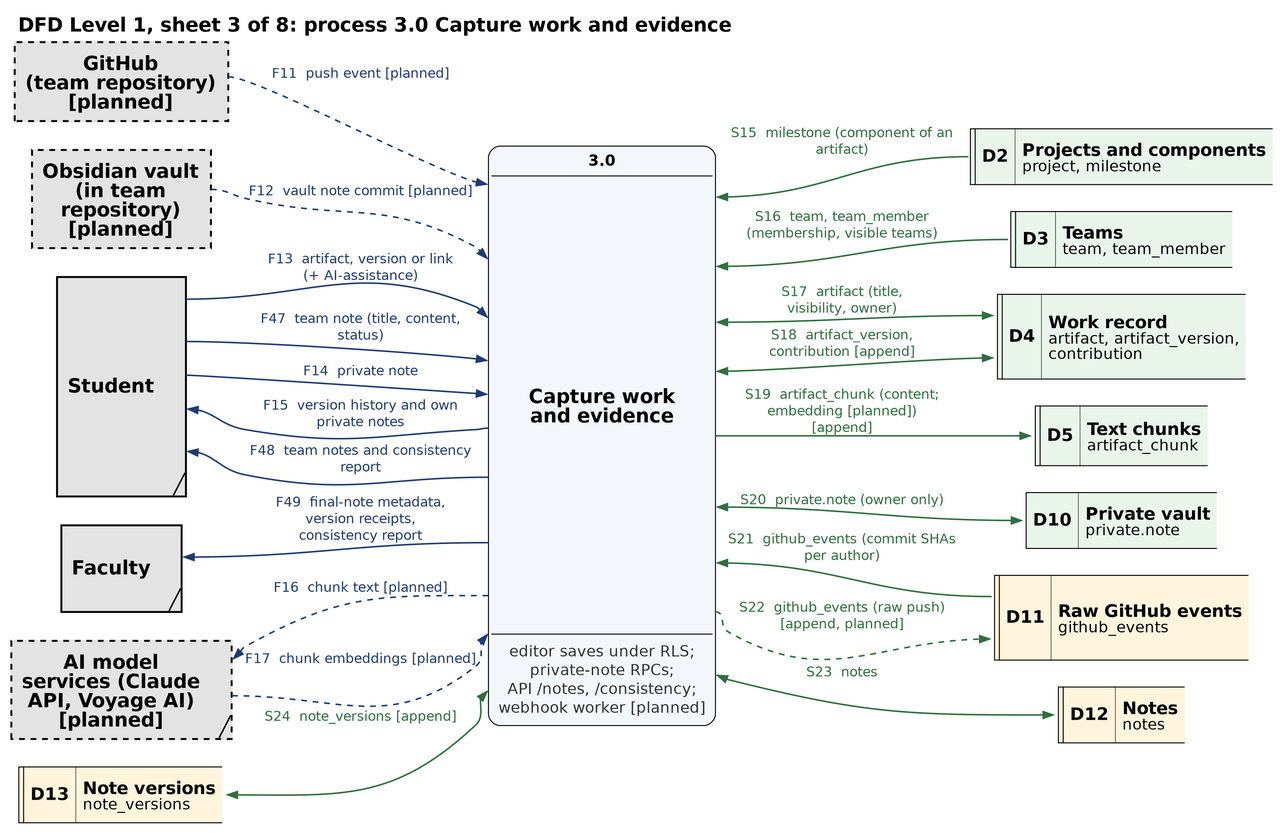
This is docs/lab/dfd/png/dfd_level1_sheet3.png from Arun-Sanjay/countersign-dbms, a Graphviz export, as it was before one commit. Its source is kept beside it as docs/lab/dfd/dot/dfd_level1_sheet3.dot.
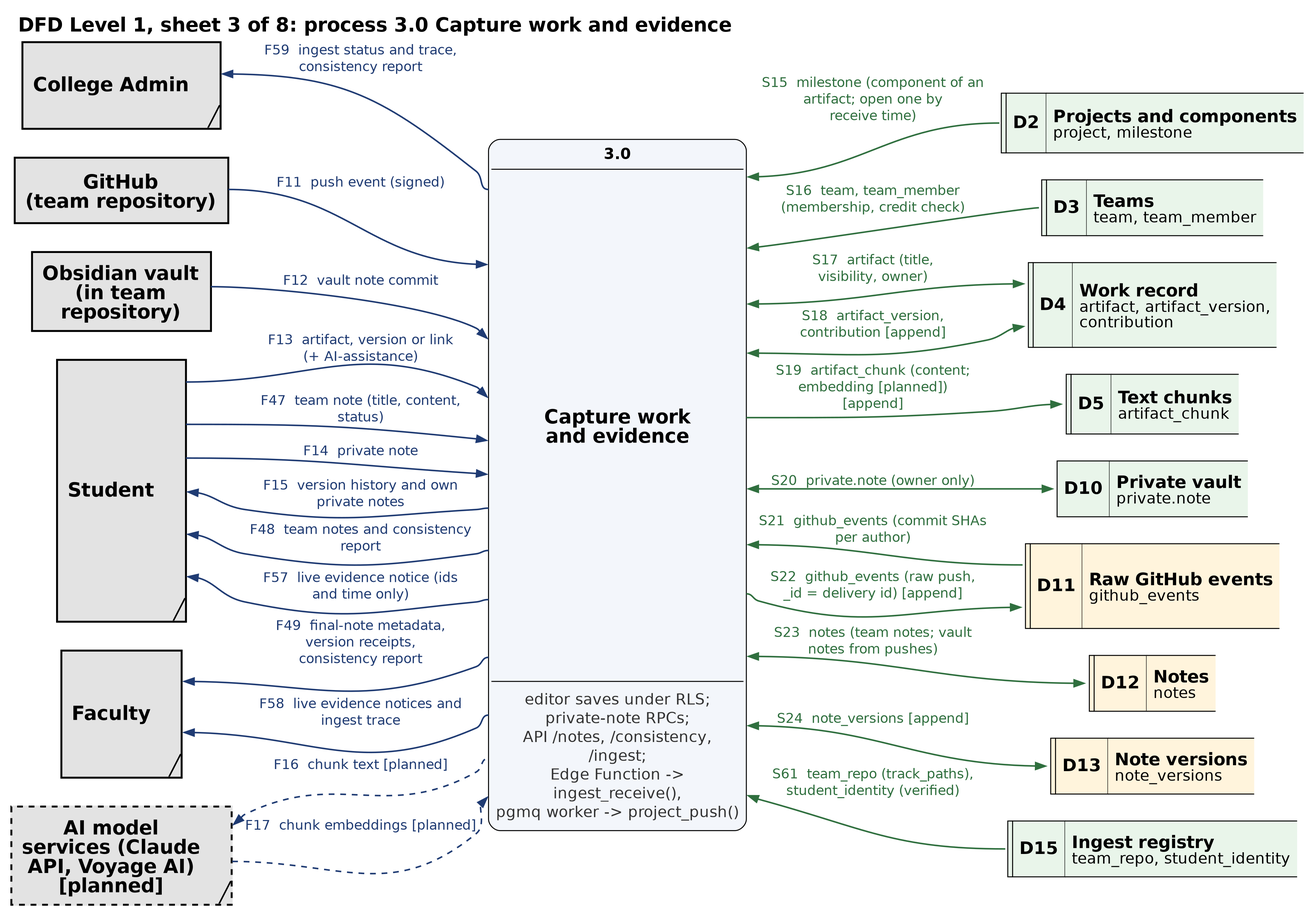
After the change.

What changed in the source:
```diff
@@ -4,43 +4,49 @@
          label=<<b>DFD Level 1, sheet 3 of 8: process 3.0 Capture work and evidence</b>>];
   node  [fontname="Helvetica", fontsize=16];
   edge  [fontname="Helvetica", fontsize=14, arrowsize=1.0];
-  "GH@3.0" [shape=plain, label=<<table border="2" cellborder="0" cellspacing="0" cellpadding="0" bgcolor="#e3e3e3" style="dashed"><tr><td rowspan="2" cellpadding="10"><font point-size="20"><b>GitHub</b><br/><b>(team repository)</b><br/><b>[planned]</b></font></td><td port="p0" height="64" width="2"></td></tr><tr><td height="2" width="2"></td></tr></table>>];
-  "OBS@3.0" [shape=plain, label=<<table border="2" cellborder="0" cellspacing="0" cellpadding="0" bgcolor="#e3e3e3" style="dashed"><tr><td rowspan="2" cellpadding="10"><font point-size="20"><b>Obsidian vault</b><br/><b>(in team</b><br/><b>repository)</b><br/><b>[planned]</b></font></td><td port="p0" height="64" width="2"></td></tr><tr><td height="2" width="2"></td></tr></table>>];
-  "STU@3.0" [shape=plain, label=<<table border="2" cellborder="0" cellspacing="0" cellpadding="0" bgcolor="#e3e3e3"><tr><td rowspan="6" cellpadding="10"><font point-size="20"><b>Student</b></font></td><td port="p0" height="44" width="2"></td></tr><tr><td port="p1" height="44" width="2"></td></tr><tr><td port="p2" height="26" width="2"></td></tr><tr><td port="p3" height="44" width="2"></td></tr><tr><td port="p4" height="44" width="2"></td></tr><tr><td height="22" width="22" align="right" valign="bottom" cellpadding="0"><font point-size="20">&#x2571;</font></td></tr></table>>];
-  "FAC@3.0" [shape=plain, label=<<table border="2" cellborder="0" cellspacing="0" cellpadding="0" bgcolor="#e3e3e3"><tr><td rowspan="2" cellpadding="10"><font point-size="20"><b>Faculty</b></font></td><td port="p0" height="64" width="2"></td></tr><tr><td height="22" width="22" align="right" valign="bottom" cellpadding="0"><font point-size="20">&#x2571;</font></td></tr></table>>];
+  "ADM@3.0" [shape=plain, label=<<table border="2" cellborder="0" cellspacing="0" cellpadding="0" bgcolor="#e3e3e3"><tr><td rowspan="2" cellpadding="10"><font point-size="20"><b>College Admin</b></font></td><td port="p0" height="64" width="2"></td></tr><tr><td height="22" width="22" align="right" valign="bottom" cellpadding="0"><font point-size="20">&#x2571;</font></td></tr></table>>];
+  "GH@3.0" [shape=plain, label=<<table border="2" cellborder="0" cellspacing="0" cellpadding="0" bgcolor="#e3e3e3"><tr><td rowspan="2" cellpadding="10"><font point-size="20"><b>GitHub</b><br/><b>(team repository)</b></font></td><td port="p0" height="64" width="2"></td></tr><tr><td height="2" width="2"></td></tr></table>>];
+  "OBS@3.0" [shape=plain, label=<<table border="2" cellborder="0" cellspacing="0" cellpadding="0" bgcolor="#e3e3e3"><tr><td rowspan="2" cellpadding="10"><font point-size="20"><b>Obsidian vault</b><br/><b>(in team</b><br/><b>repository)</b></font></td><td port="p0" height="64" width="2"></td></tr><tr><td height="2" width="2"></td></tr></table>>];
+  "STU@3.0" [shape=plain, label=<<table border="2" cellborder="0" cellspacing="0" cellpadding="0" bgcolor="#e3e3e3"><tr><td rowspan="7" cellpadding="10"><font point-size="20"><b>Student</b></font></td><td port="p0" height="44" width="2"></td></tr><tr><td port="p1" height="44" width="2"></td></tr><tr><td port="p2" height="26" width="2"></td></tr><tr><td port="p3" height="44" width="2"></td></tr><tr><td port="p4" height="44" width="2"></td></tr><tr><td port="p5" height="44" width="2"></td></tr><tr><td height="22" width="22" align="right" valign="bottom" cellpadding="0"><font point-size="20">&#x2571;</font></td></tr></table>>];
+  "FAC@3.0" [shape=plain, label=<<table border="2" cellborder="0" cellspacing="0" cellpadding="0" bgcolor="#e3e3e3"><tr><td rowspan="3" cellpadding="10"><font point-size="20"><b>Faculty</b></font></td><td port="p0" height="62" width="2"></td></tr><tr><td port="p1" height="44" width="2"></td></tr><tr><td height="22" width="22" align="right" valign="bottom" cellpadding="0"><font point-size="20">&#x2571;</font></td></tr></table>>];
   "AI@3.0" [shape=plain, label=<<table border="2" cellborder="0" cellspacing="0" cellpadding="0" bgcolor="#e3e3e3" style="dashed"><tr><td rowspan="3" cellpadding="10"><font point-size="20"><b>AI model</b><br/><b>services (Claude</b><br/><b>API, Voyage AI)</b><br/><b>[planned]</b></font></td><td port="p0" height="32" width="2"></td></tr><tr><td port="p1" height="32" width="2"></td></tr><tr><td height="22" width="22" align="right" valign="bottom" cellpadding="0"><font point-size="20">&#x2571;</font></td></tr></table>>];
-  "D13@3.0" [shape=plain, label=<<table border="0" cellborder="0" cellspacing="0" cellpadding="0"><tr><td rowspan="1" sides="ltb" border="1" width="5" bgcolor="#fff4dc"></td><td rowspan="1" sides="ltbr" border="1" bgcolor="#fff4dc" cellpadding="6"><font point-size="18"><b>D13</b></font></td><td rowspan="1" sides="tb" border="1" align="left" balign="left" bgcolor="#fff4dc" cellpadding="6"><font point-size="18"><b>Note versions</b></font><br/><font point-size="16">note_versions</font></td><td port="p0" height="58" width="2"></td></tr></table>>];
-  "D2@3.0" [shape=plain, label=<<table border="0" cellborder="0" cellspacing="0" cellpadding="0"><tr><td port="p0" height="58" width="2"></td><td rowspan="1" sides="ltb" border="1" width="5" bgcolor="#e9f5ea"></td><td rowspan="1" sides="ltbr" border="1" bgcolor="#e9f5ea" cellpadding="6"><font point-size="18"><b>D2</b></font></td><td rowspan="1" sides="tb" border="1" align="left" balign="left" bgcolor="#e9f5ea" cellpadding="6"><font point-size="18"><b>Projects and components</b></font><br/><font point-size="16">project, milestone</font></td></tr></table>>];
+  "D2@3.0" [shape=plain, label=<<table border="0" cellborder="0" cellspacing="0" cellpadding="0"><tr><td port="p0" height="62" width="2"></td><td rowspan="1" sides="ltb" border="1" width="5" bgcolor="#e9f5ea"></td><td rowspan="1" sides="ltbr" border="1" bgcolor="#e9f5ea" cellpadding="6"><font point-size="18"><b>D2</b></font></td><td rowspan="1" sides="tb" border="1" align="left" balign="left" bgcolor="#e9f5ea" cellpadding="6"><font point-size="18"><b>Projects and components</b></font><br/><font point-size="16">project, milestone</font></td></tr></table>>];
   "D3@3.0" [shape=plain, label=<<table border="0" cellborder="0" cellspacing="0" cellpadding="0"><tr><td port="p0" height="58" width="2"></td><td rowspan="1" sides="ltb" border="1" width="5" bgcolor="#e9f5ea"></td><td rowspan="1" sides="ltbr" border="1" bgcolor="#e9f5ea" cellpadding="6"><font point-size="18"><b>D3</b></font></td><td rowspan="1" sides="tb" border="1" align="left" balign="left" bgcolor="#e9f5ea" cellpadding="6"><font point-size="18"><b>Teams</b></font><br/><font point-size="16">team, team_member</font></td></tr></table>>];
   "D4@3.0" [shape=plain, label=<<table border="0" cellborder="0" cellspacing="0" cellpadding="0"><tr><td port="p0" height="44" width="2"></td><td rowspan="2" sides="ltb" border="1" width="5" bgcolor="#e9f5ea"></td><td rowspan="2" sides="ltbr" border="1" bgcolor="#e9f5ea" cellpadding="6"><font point-size="18"><b>D4</b></font></td><td rowspan="2" sides="tb" border="1" align="left" balign="left" bgcolor="#e9f5ea" cellpadding="6"><font point-size="18"><b>Work record</b></font><br/><font point-size="16">artifact, artifact_version,<br/>contribution</font></td></tr><tr><td port="p1" height="44" width="2"></td></tr></table>>];
   "D5@3.0" [shape=plain, label=<<table border="0" cellborder="0" cellspacing="0" cellpadding="0"><tr><td port="p0" height="62" width="2"></td><td rowspan="1" sides="ltb" border="1" width="5" bgcolor="#e9f5ea"></td><td rowspan="1" sides="ltbr" border="1" bgcolor="#e9f5ea" cellpadding="6"><font point-size="18"><b>D5</b></font></td><td rowspan="1" sides="tb" border="1" align="left" balign="left" bgcolor="#e9f5ea" cellpadding="6"><font point-size="18"><b>Text chunks</b></font><br/><font point-size="16">artifact_chunk</font></td></tr></table>>];
   "D10@3.0" [shape=plain, label=<<table border="0" cellborder="0" cellspacing="0" cellpadding="0"><tr><td port="p0" height="58" width="2"></td><td rowspan="1" sides="ltbr" border="1" bgcolor="#e9f5ea" cellpadding="6"><font point-size="18"><b>D10</b></font></td><td rowspan="1" sides="tb" border="1" align="left" balign="left" bgcolor="#e9f5ea" cellpadding="6"><font point-size="18"><b>Private vault</b></font><br/><font point-size="16">private.note</font></td></tr></table>>];
   "D11@3.0" [shape=plain, label=<<table border="0" cellborder="0" cellspacing="0" cellpadding="0"><tr><td port="p0" height="44" width="2"></td><td rowspan="2" sides="ltb" border="1" width="5" bgcolor="#fff4dc"></td><td rowspan="2" sides="ltbr" border="1" bgcolor="#fff4dc" cellpadding="6"><font point-size="18"><b>D11</b></font></td><td rowspan="2" sides="tb" border="1" align="left" balign="left" bgcolor="#fff4dc" cellpadding="6"><font point-size="18"><b>Raw GitHub events</b></font><br/><font point-size="16">github_events</font></td></tr><tr><td port="p1" height="44" width="2"></td></tr></table>>];
   "D12@3.0" [shape=plain, label=<<table border="0" cellborder="0" cellspacing="0" cellpadding="0"><tr><td port="p0" height="58" width="2"></td><td rowspan="1" sides="ltb" border="1" width="5" bgcolor="#fff4dc"></td><td rowspan="1" sides="ltbr" border="1" bgcolor="#fff4dc" cellpadding="6"><font point-size="18"><b>D12</b></font></td><td rowspan="1" sides="tb" border="1" align="left" balign="left" bgcolor="#fff4dc" cellpadding="6"><font point-size="18"><b>Notes</b></font><br/><font point-size="16">notes</font></td></tr></table>>];
-  "3.0" [shape=plain, label=<<table border="1" cellborder="0" cellspacing="0" cellpadding="4" style="rounded" bgcolor="#f3f6fb"><tr><td rowspan="3" cellpadding="0"><table border="0" cellborder="0" cellspacing="0" cellpadding="0"><tr><td port="LF11" height="78" width="2"></td></tr><tr><td port="LF12" height="78" width="2"></td></tr><tr><td port="LF13" height="44" width="2"></td></tr><tr><td port="LF47" height="44" width="2"></td></tr><tr><td port="LF14" height="26" width="2"></td></tr><tr><td port="LF15" height="44" width="2"></td></tr><tr><td port="LF48" height="58" width="2"></td></tr><tr><td port="LF49" height="78" width="2"></td></tr><tr><td port="LF16" height="32" width="2"></td></tr><tr><td port="LF17" height="46" width="2"></td></tr><tr><td port="LS24" height="72" width="2"></td></tr></table></td><td sides="b" border="1" height="30" width="230"><font point-size="16"><b>3.0</b></font></td><td rowspan="3" cellpadding="0"><table border="0" cellborder="0" cellspacing="0" cellpadding="0"><tr><td height="16" width="2"></td></tr><tr><td port="RS15" height="72" width="2"></td></tr><tr><td port="RS16" height="72" width="2"></td></tr><tr><td port="RS17" height="44" width="2"></td></tr><tr><td port="RS18" height="58" width="2"></td></tr><tr><td port="RS19" height="76" width="2"></td></tr><tr><td port="RS20" height="72" width="2"></td></tr><tr><td port="RS21" height="44" width="2"></td></tr><tr><td port="RS22" height="58" width="2"></td></tr><tr><td port="RS23" height="72" width="2"></td></tr><tr><td height="16" width="2"></td></tr></table></td></tr><tr><td height="476"><font point-size="20"><b>Capture work<br/>and evidence</b></font></td></tr><tr><td sides="t" border="1" height="94"><font point-size="16" color="#333333">editor saves under RLS;<br/>private-note RPCs;<br/>API /notes, /consistency;<br/>webhook worker [planned]</font></td></tr></table>>];
-  { rank=same; "GH@3.0"; "OBS@3.0"; "STU@3.0"; "FAC@3.0"; "AI@3.0"; "D13@3.0"; }
-  "GH@3.0" -> "OBS@3.0" -> "STU@3.0" -> "FAC@3.0" -> "AI@3.0" -> "D13@3.0" [style=invis];
+  "D13@3.0" [shape=plain, label=<<table border="0" cellborder="0" cellspacing="0" cellpadding="0"><tr><td port="p0" height="58" width="2"></td><td rowspan="1" sides="ltb" border="1" width="5" bgcolor="#fff4dc"></td><td rowspan="1" sides="ltbr" border="1" bgcolor="#fff4dc" cellpadding="6"><font point-size="18"><b>D13</b></font></td><td rowspan="1" sides="tb" border="1" align="left" balign="left" bgcolor="#fff4dc" cellpadding="6"><font point-size="18"><b>Note versions</b></font><br/><font point-size="16">note_versions</font></td></tr></table>>];
+  "D15@3.0" [shape=plain, label=<<table border="0" cellborder="0" cellspacing="0" cellpadding="0"><tr><td port="p0" height="58" width="2"></td><td rowspan="1" sides="ltb" border="1" width="5" bgcolor="#e9f5ea"></td><td rowspan="1" sides="ltbr" border="1" bgcolor="#e9f5ea" cellpadding="6"><font point-size="18"><b>D15</b></font></td><td rowspan="1" sides="tb" border="1" align="left" balign="left" bgcolor="#e9f5ea" cellpadding="6"><font point-size="18"><b>Ingest registry</b></font><br/><font point-size="16">team_repo, student_identity</font></td></tr></table>>];
+  "3.0" [shape=plain, label=<<table border="1" cellborder="0" cellspacing="0" cellpadding="4" style="rounded" bgcolor="#f3f6fb"><tr><td rowspan="3" cellpadding="0"><table border="0" cellborder="0" cellspacing="0" cellpadding="0"><tr><td height="12" width="2"></td></tr><tr><td port="LF59" height="78" width="2"></td></tr><tr><td port="LF11" height="78" width="2"></td></tr><tr><td port="LF12" height="78" width="2"></td></tr><tr><td port="LF13" height="44" width="2"></td></tr><tr><td port="LF47" height="44" width="2"></td></tr><tr><td port="LF14" height="26" width="2"></td></tr><tr><td port="LF15" height="44" width="2"></td></tr><tr><td port="LF48" height="44" width="2"></td></tr><tr><td port="LF57" height="58" width="2"></td></tr><tr><td port="LF49" height="62" width="2"></td></tr><tr><td port="LF58" height="58" width="2"></td></tr><tr><td port="LF16" height="32" width="2"></td></tr><tr><td port="LF17" height="46" width="2"></td></tr><tr><td height="12" width="2"></td></tr></table></td><td sides="b" border="1" height="30" width="230"><font point-size="16"><b>3.0</b></font></td><td rowspan="3" cellpadding="0"><table border="0" cellborder="0" cellspacing="0" cellpadding="0"><tr><td port="RS15" height="76" width="2"></td></tr><tr><td port="RS16" height="72" width="2"></td></tr><tr><td port="RS17" height="44" width="2"></td></tr><tr><td port="RS18" height="58" width="2"></td></tr><tr><td port="RS19" height="76" width="2"></td></tr><tr><td port="RS20" height="72" width="2"></td></tr><tr><td port="RS21" height="44" width="2"></td></tr><tr><td port="RS22" height="58" width="2"></td></tr><tr><td port="RS23" height="72" width="2"></td></tr><tr><td port="RS24" height="72" width="2"></td></tr><tr><td port="RS61" height="72" width="2"></td></tr></table></td></tr><tr><td height="532"><font point-size="20"><b>Capture work<br/>and evidence</b></font></td></tr><tr><td sides="t" border="1" height="154"><font point-size="16" color="#333333">editor saves under RLS;<br/>private-note RPCs;<br/>API /notes, /consistency,<br/>/ingest;<br/>Edge Function -&gt;<br/>ingest_receive(),<br/>pgmq worker -&gt; project_push()</font></td></tr></table>>];
+  { rank=same; "ADM@3.0"; "GH@3.0"; "OBS@3.0"; "STU@3.0"; "FAC@3.0"; "AI@3.0"; }
+  "ADM@3.0" -> "GH@3.0" -> "OBS@3.0" -> "STU@3.0" -> "FAC@3.0" -> "AI@3.0" [style=invis];
   { rank=same; "3.0"; }
-  { rank=same; "D2@3.0"; "D3@3.0"; "D4@3.0"; "D5@3.0"; "D10@3.0"; "D11@3.0"; "D12@3.0"; }
-  "D2@3.0" -> "D3@3.0" -> "D4@3.0" -> "D5@3.0" -> "D10@3.0" -> "D11@3.0" -> "D12@3.0" [style=invis];
-  "GH@3.0":p0:e -> "3.0":LF11:w [label="F11  push event [planned]", color="#1f3b73", fontcolor="#1f3b73", penwidth=1.6, style=dashed];
-  "OBS@3.0":p0:e -> "3.0":LF12:w [label="F12  vault note commit [planned]", color="#1f3b73", fontcolor="#1f3b73", penwidth=1.6, style=dashed];
+  { rank=same; "D2@3.0"; "D3@3.0"; "D4@3.0"; "D5@3.0"; "D10@3.0"; "D11@3.0"; "D12@3.0"; "D13@3.0"; "D15@3.0"; }
+  "D2@3.0" -> "D3@3.0" -> "D4@3.0" -> "D5@3.0" -> "D10@3.0" -> "D11@3.0" -> "D12@3.0" -> "D13@3.0" -> "D15@3.0" [style=invis];
+  "ADM@3.0":p0:e -> "3.0":LF59:w [label="F59  ingest status and trace,\nconsistency report", color="#1f3b73", fontcolor="#1f3b73", penwidth=1.6, dir=back];
+  "GH@3.0":p0:e -> "3.0":LF11:w [label="F11  push event (signed)", color="#1f3b73", fontcolor="#1f3b73", penwidth=1.6];
+  "OBS@3.0":p0:e -> "3.0":LF12:w [label="F12  vault note commit", color="#1f3b73", fontcolor="#1f3b73", penwidth=1.6];
   "STU@3.0":p0:e -> "3.0":LF13:w [label="F13  artifact, version or link\n(+ AI-assistance)", color="#1f3b73", fontcolor="#1f3b73", penwidth=1.6];
   "STU@3.0":p1:e -> "3.0":LF47:w [label="F47  team note (title, content,\nstatus)", color="#1f3b73", fontcolor="#1f3b73", penwidth=1.6];
   "STU@3.0":p2:e -> "3.0":LF14:w [label="F14  private note", color="#1f3b73", fontcolor="#1f3b73", penwidth=1.6];
   "STU@3.0":p3:e -> "3.0":LF15:w [label="F15  version history and own\nprivate notes", color="#1f3b73", fontcolor="#1f3b73", penwidth=1.6, dir=back];
   "STU@3.0":p4:e -> "3.0":LF48:w [label="F48  team notes and consistency\nreport", color="#1f3b73", fontcolor="#1f3b73", penwidth=1.6, dir=back];
+  "STU@3.0":p5:e -> "3.0":LF57:w [label="F57  live evidence notice (ids\nand time only)", color="#1f3b73", fontcolor="#1f3b73", penwidth=1.6, dir=back];
   "FAC@3.0":p0:e -> "3.0":LF49:w [label="F49  final-note metadata,\nversion receipts,\nconsistency report", color="#1f3b73", fontcolor="#1f3b73", penwidth=1.6, dir=back];
+  "FAC@3.0":p1:e -> "3.0":LF58:w [label="F58  live evidence notices and\ningest trace", color="#1f3b73", fontcolor="#1f3b73", penwidth=1.6, dir=back];
   "AI@3.0":p0:e -> "3.0":LF16:w [label="F16  chunk text [planned]", color="#1f3b73", fontcolor="#1f3b73", penwidth=1.6, dir=back, style=dashed];
   "AI@3.0":p1:e -> "3.0":LF17:w [label="F17  chunk embeddings [planned]", color="#1f3b73", fontcolor="#1f3b73", penwidth=1.6, style=dashed];
-  "D13@3.0":p0:e -> "3.0":LS24:w [label="S24  note_versions [append]", color="#2f6f3e", fontcolor="#2f6f3e", penwidth=1.6, dir=both];
-  "3.0":RS15:e -> "D2@3.0":p0:w [label="S15  milestone (component of an\nartifact)", color="#2f6f3e", fontcolor="#2f6f3e", penwidth=1.6, dir=back];
-  "3.0":RS16:e -> "D3@3.0":p0:w [label="S16  team, team_member\n(membership, visible teams)", color="#2f6f3e", fontcolor="#2f6f3e", penwidth=1.6, dir=back];
+  "3.0":RS15:e -> "D2@3.0":p0:w [label="S15  milestone (component of an\nartifact; open one by\nreceive time)", color="#2f6f3e", fontcolor="#2f6f3e", penwidth=1.6, dir=back];
+  "3.0":RS16:e -> "D3@3.0":p0:w [label="S16  team, team_member\n(membership, credit check)", color="#2f6f3e", fontcolor="#2f6f3e", penwidth=1.6, dir=back];
   "3.0":RS17:e -> "D4@3.0":p0:w [label="S17  artifact (title,\nvisibility, owner)", color="#2f6f3e", fontcolor="#2f6f3e", penwidth=1.6, dir=both];
   "3.0":RS18:e -> "D4@3.0":p1:w [label="S18  artifact_version,\ncontribution [append]", color="#2f6f3e", fontcolor="#2f6f3e", penwidth=1.6, dir=both];
   "3.0":RS19:e -> "D5@3.0":p0:w [label="S19  artifact_chunk (content;\nembedding [planned])\n[append]", color="#2f6f3e", fontcolor="#2f6f3e", penwidth=1.6];
   "3.0":RS20:e -> "D10@3.0":p0:w [label="S20  private.note (owner only)", color="#2f6f3e", fontcolor="#2f6f3e", penwidth=1.6, dir=both];
   "3.0":RS21:e -> "D11@3.0":p0:w [label="S21  github_events (commit SHAs\nper author)", color="#2f6f3e", fontcolor="#2f6f3e", penwidth=1.6, dir=back];
-  "3.0":RS22:e -> "D11@3.0":p1:w [label="S22  github_events (raw push)\n[append, planned]", color="#2f6f3e", fontcolor="#2f6f3e", penwidth=1.6, style=dashed];
-  "3.0":RS23:e -> "D12@3.0":p0:w [label="S23  notes", color="#2f6f3e", fontcolor="#2f6f3e", penwidth=1.6, dir=both];
+  "3.0":RS22:e -> "D11@3.0":p1:w [label="S22  github_events (raw push,\n_id = delivery id) [append]", color="#2f6f3e", fontcolor="#2f6f3e", penwidth=1.6];
+  "3.0":RS23:e -> "D12@3.0":p0:w [label="S23  notes (team notes; vault\nnotes from pushes)", color="#2f6f3e", fontcolor="#2f6f3e", penwidth=1.6, dir=both];
+  "3.0":RS24:e -> "D13@3.0":p0:w [label="S24  note_versions [append]", color="#2f6f3e", fontcolor="#2f6f3e", penwidth=1.6, dir=both];
+  "3.0":RS61:e -> "D15@3.0":p0:w [label="S61  team_repo (track_paths),\nstudent_identity (verified)", color="#2f6f3e", fontcolor="#2f6f3e", penwidth=1.6, dir=back];
 }
```
